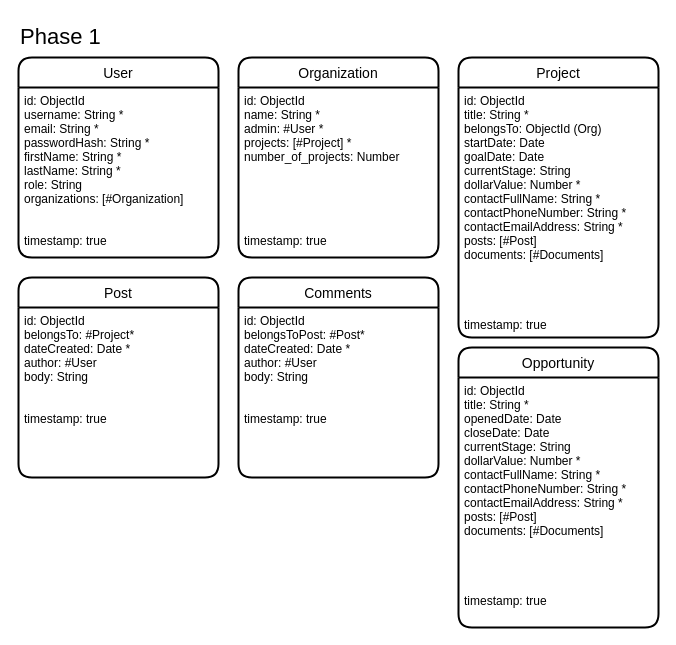
This is resources/database-model.drawio from jpcastanoweb/buggr, a draw.io file, before an edit. Source tidied: cells renumbered, new cells numbered last; positions are measured from the earlier drawing's top-left corner, leaving out a move shared by most shapes. Both pictures are drawn from the tidied source at 100%, with x=0, y=0 at pixel (18, 17).
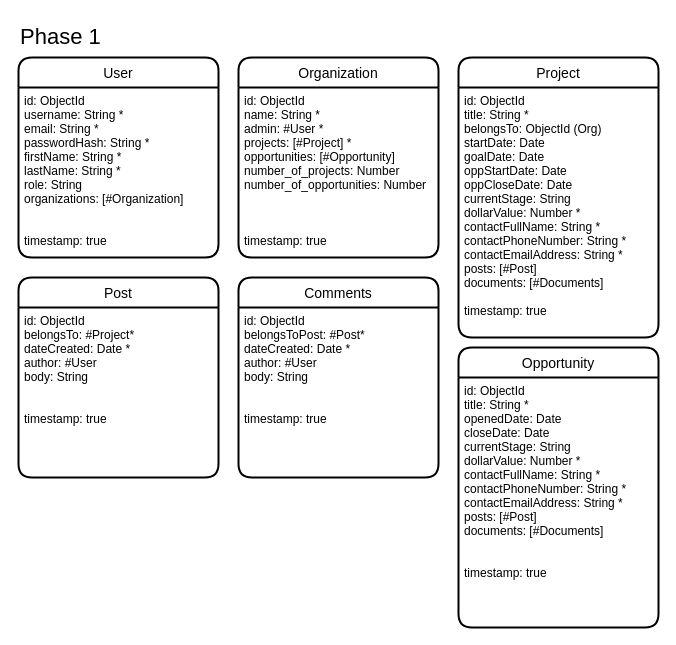
After the change.

Change to the diagram source:
```diff
@@
 <mxGraphModel>
   <root>
     <mxCell id="0" />
     <mxCell id="1" parent="0" />
     <mxCell id="2" value="&lt;font style=&quot;font-size: 22px&quot;&gt;Phase 1&lt;/font&gt;" style="text;html=1;strokeColor=none;fillColor=none;align=left;verticalAlign=middle;whiteSpace=wrap;rounded=0;" parent="1" vertex="1">
       <mxGeometry width="150" height="40" as="geometry" />
     </mxCell>
     <mxCell id="3" value="User" style="swimlane;horizontal=1;startSize=30;rounded=1;fontSize=14;fontStyle=0;strokeWidth=2;shadow=0;dashed=0;align=center;" parent="1" vertex="1">
       <mxGeometry y="40" width="200" height="200" as="geometry" />
     </mxCell>
     <mxCell id="4" value="id: ObjectId&#10;username: String *&#10;email: String *&#10;passwordHash: String *&#10;firstName: String *&#10;lastName: String *&#10;role: String&#10;organizations: [#Organization]&#10;&#10;&#10;timestamp: true" style="align=left;strokeColor=none;fillColor=none;spacingLeft=4;fontSize=12;verticalAlign=top;" parent="3" vertex="1">
       <mxGeometry y="30" width="200" height="170" as="geometry" />
     </mxCell>
     <mxCell id="5" value="Organization" style="swimlane;horizontal=1;startSize=30;rounded=1;fontSize=14;fontStyle=0;strokeWidth=2;shadow=0;dashed=0;align=center;" parent="1" vertex="1">
       <mxGeometry x="220" y="40" width="200" height="200" as="geometry" />
     </mxCell>
-    <mxCell id="6" value="id: ObjectId&#10;name: String *&#10;admin: #User *&#10;projects: [#Project] *&#10;number_of_projects: Number&#10;&#10;&#10;&#10;&#10;&#10;timestamp: true" style="align=left;strokeColor=none;fillColor=none;spacingLeft=4;fontSize=12;verticalAlign=top;" parent="5" vertex="1">
+    <mxCell id="6" value="id: ObjectId&#10;name: String *&#10;admin: #User *&#10;projects: [#Project] *&#10;opportunities: [#Opportunity]&#10;number_of_projects: Number&#10;number_of_opportunities: Number&#10;&#10;&#10;&#10;timestamp: true" style="align=left;strokeColor=none;fillColor=none;spacingLeft=4;fontSize=12;verticalAlign=top;" parent="5" vertex="1">
       <mxGeometry y="30" width="200" height="170" as="geometry" />
     </mxCell>
     <mxCell id="7" value="Project" style="swimlane;horizontal=1;startSize=30;rounded=1;fontSize=14;fontStyle=0;strokeWidth=2;shadow=0;dashed=0;align=center;" parent="1" vertex="1">
       <mxGeometry x="440" y="40" width="200" height="280" as="geometry" />
     </mxCell>
-    <mxCell id="8" value="id: ObjectId&#10;title: String *&#10;belongsTo: ObjectId (Org)&#10;startDate: Date&#10;goalDate: Date&#10;currentStage: String&#10;dollarValue: Number *&#10;contactFullName: String *&#10;contactPhoneNumber: String *&#10;contactEmailAddress: String *&#10;posts: [#Post]&#10;documents: [#Documents]&#10;&#10;&#10;&#10;&#10;timestamp: true" style="align=left;strokeColor=none;fillColor=none;spacingLeft=4;fontSize=12;verticalAlign=top;" parent="7" vertex="1">
+    <mxCell id="8" value="id: ObjectId&#10;title: String *&#10;belongsTo: ObjectId (Org)&#10;startDate: Date&#10;goalDate: Date&#10;oppStartDate: Date&#10;oppCloseDate: Date&#10;currentStage: String&#10;dollarValue: Number *&#10;contactFullName: String *&#10;contactPhoneNumber: String *&#10;contactEmailAddress: String *&#10;posts: [#Post]&#10;documents: [#Documents]&#10;&#10;timestamp: true" style="align=left;strokeColor=none;fillColor=none;spacingLeft=4;fontSize=12;verticalAlign=top;" parent="7" vertex="1">
       <mxGeometry y="30" width="200" height="250" as="geometry" />
     </mxCell>
     <mxCell id="9" value="Post" style="swimlane;horizontal=1;startSize=30;rounded=1;fontSize=14;fontStyle=0;strokeWidth=2;shadow=0;dashed=0;align=center;" parent="1" vertex="1">
       <mxGeometry y="260" width="200" height="200" as="geometry" />
     </mxCell>
     <mxCell id="10" value="id: ObjectId&#10;belongsTo: #Project*&#10;dateCreated: Date *&#10;author: #User&#10;body: String&#10;&#10;&#10;timestamp: true" style="align=left;strokeColor=none;fillColor=none;spacingLeft=4;fontSize=12;verticalAlign=top;" parent="9" vertex="1">
       <mxGeometry y="30" width="200" height="170" as="geometry" />
     </mxCell>
     <mxCell id="11" value="Comments" style="swimlane;horizontal=1;startSize=30;rounded=1;fontSize=14;fontStyle=0;strokeWidth=2;shadow=0;dashed=0;align=center;" parent="1" vertex="1">
       <mxGeometry x="220" y="260" width="200" height="200" as="geometry" />
     </mxCell>
     <mxCell id="12" value="id: ObjectId&#10;belongsToPost: #Post*&#10;dateCreated: Date *&#10;author: #User&#10;body: String&#10;&#10;&#10;timestamp: true" style="align=left;strokeColor=none;fillColor=none;spacingLeft=4;fontSize=12;verticalAlign=top;" parent="11" vertex="1">
       <mxGeometry y="30" width="200" height="170" as="geometry" />
     </mxCell>
     <mxCell id="13" value="Opportunity" style="swimlane;horizontal=1;startSize=30;rounded=1;fontSize=14;fontStyle=0;strokeWidth=2;shadow=0;dashed=0;align=center;" parent="1" vertex="1">
       <mxGeometry x="440" y="330" width="200" height="280" as="geometry" />
     </mxCell>
-    <mxCell id="14" value="id: ObjectId&#10;title: String *&#10;openedDate: Date&#10;closeDate: Date&#10;currentStage: String&#10;dollarValue: Number *&#10;contactFullName: String *&#10;contactPhoneNumber: String *&#10;contactEmailAddress: String *&#10;posts: [#Post]&#10;documents: [#Documents]&#10;&#10;&#10;&#10;&#10;timestamp: true" style="align=left;strokeColor=none;fillColor=none;spacingLeft=4;fontSize=12;verticalAlign=top;" parent="13" vertex="1">
+    <mxCell id="14" value="id: ObjectId&#10;title: String *&#10;openedDate: Date&#10;closeDate: Date&#10;currentStage: String&#10;dollarValue: Number *&#10;contactFullName: String *&#10;contactPhoneNumber: String *&#10;contactEmailAddress: String *&#10;posts: [#Post]&#10;documents: [#Documents]&#10;&#10;&#10;timestamp: true" style="align=left;strokeColor=none;fillColor=none;spacingLeft=4;fontSize=12;verticalAlign=top;" parent="13" vertex="1">
       <mxGeometry y="30" width="200" height="250" as="geometry" />
     </mxCell>
   </root>
 </mxGraphModel>
```
